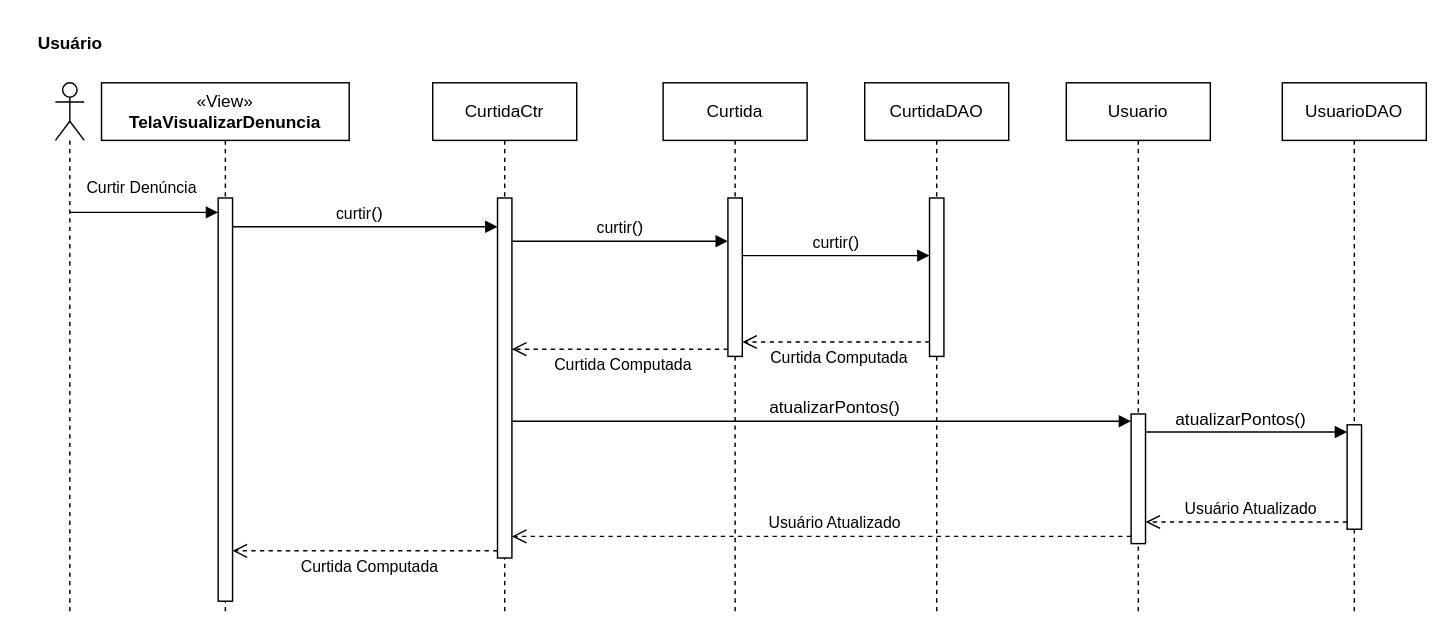
Earlier version of the draw.io diagram Documentação/Diagramas/Diagramas de Sequencia/Diagrama de Sequencia Curtir.drawio (frsouzaa/Documentacao-TCC-NossaVia). Source tidied: cells renumbered, new cells numbered last; positions are measured from the earlier drawing's top-left corner, leaving out a move shared by most shapes. Both pictures are drawn from the tidied source at 144%, with x=0, y=0 at pixel (24, 24).
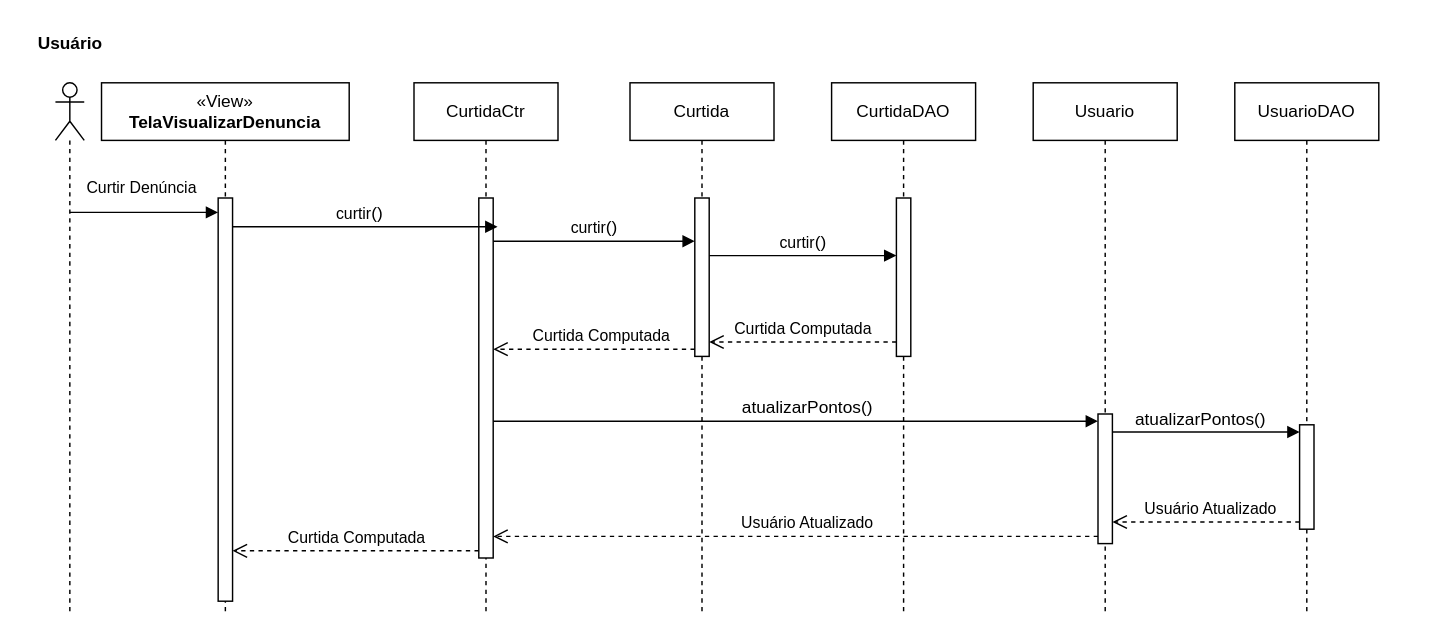
The same page after the edit.

Unchanged cells that the change refers to:
```xml
<mxCell id="4" style="html=1;points=[[0,0,0,0,5],[0,1,0,0,-5],[1,0,0,0,5],[1,1,0,0,-5]];perimeter=orthogonalPerimeter;outlineConnect=0;targetShapes=umlLifeline;portConstraint=eastwest;newEdgeStyle={&quot;curved&quot;:0,&quot;rounded&quot;:0};" parent="3" vertex="1">
  <mxGeometry x="81" y="80" width="10" height="280" as="geometry" />
</mxCell>
<mxCell id="6" style="html=1;points=[[0,0,0,0,5],[0,1,0,0,-5],[1,0,0,0,5],[1,1,0,0,-5]];perimeter=orthogonalPerimeter;outlineConnect=0;targetShapes=umlLifeline;portConstraint=eastwest;newEdgeStyle={&quot;curved&quot;:0,&quot;rounded&quot;:0};" parent="5" vertex="1">
  <mxGeometry x="45" y="80" width="10" height="110" as="geometry" />
</mxCell>
<mxCell id="8" style="html=1;points=[[0,0,0,0,5],[0,1,0,0,-5],[1,0,0,0,5],[1,1,0,0,-5]];perimeter=orthogonalPerimeter;outlineConnect=0;targetShapes=umlLifeline;portConstraint=eastwest;newEdgeStyle={&quot;curved&quot;:0,&quot;rounded&quot;:0};" parent="7" vertex="1">
  <mxGeometry x="45" y="80" width="10" height="250" as="geometry" />
</mxCell>
<mxCell id="18" style="html=1;points=[[0,0,0,0,5],[0,1,0,0,-5],[1,0,0,0,5],[1,1,0,0,-5]];perimeter=orthogonalPerimeter;outlineConnect=0;targetShapes=umlLifeline;portConstraint=eastwest;newEdgeStyle={&quot;curved&quot;:0,&quot;rounded&quot;:0};" parent="17" vertex="1">
  <mxGeometry x="45" y="230" width="10" height="90" as="geometry" />
</mxCell>
```

What changed in the source:
```diff
@@
     <mxCell id="5" value="&lt;span style=&quot;font-family: Helvetica; font-size: 12px; font-style: normal; font-variant-ligatures: normal; font-variant-caps: normal; font-weight: 400; letter-spacing: normal; orphans: 2; text-align: center; text-indent: 0px; text-transform: none; widows: 2; word-spacing: 0px; -webkit-text-stroke-width: 0px; white-space: nowrap; text-decoration-thickness: initial; text-decoration-style: initial; text-decoration-color: initial; float: none; display: inline !important;&quot;&gt;Curtida&lt;/span&gt;" style="shape=umlLifeline;perimeter=lifelinePerimeter;whiteSpace=wrap;html=1;newEdgeStyle={&quot;curved&quot;:0,&quot;rounded&quot;:0};" parent="1" vertex="1">
-      <mxGeometry x="443" y="40" width="100" height="370" as="geometry" />
+      <mxGeometry x="420" y="40" width="100" height="370" as="geometry" />
     </mxCell>
@@
     <mxCell id="7" value="&lt;span style=&quot;text-wrap: nowrap;&quot;&gt;CurtidaCtr&lt;/span&gt;" style="shape=umlLifeline;perimeter=lifelinePerimeter;whiteSpace=wrap;html=1;newEdgeStyle={&quot;curved&quot;:0,&quot;rounded&quot;:0};" parent="1" vertex="1">
-      <mxGeometry x="283" y="40" width="100" height="370" as="geometry" />
+      <mxGeometry x="270" y="40" width="100" height="370" as="geometry" />
     </mxCell>
@@
-    <mxCell id="11" value="&lt;div style=&quot;text-align: left;&quot;&gt;curtir&lt;span style=&quot;font-size: 12px;&quot;&gt;()&lt;/span&gt;&lt;br&gt;&lt;/div&gt;" style="html=1;verticalAlign=bottom;endArrow=block;curved=0;rounded=0;" parent="1" edge="1">
+    <mxCell id="11" value="&lt;div style=&quot;text-align: left;&quot;&gt;curtir&lt;span style=&quot;font-size: 12px;&quot;&gt;()&lt;/span&gt;&lt;br&gt;&lt;/div&gt;" style="html=1;verticalAlign=bottom;endArrow=block;curved=0;rounded=0;" parent="1" edge="1" target="6">
       <mxGeometry relative="1" as="geometry">
-        <mxPoint x="338" y="150" as="sourcePoint" />
-        <mxPoint x="488" y="150" as="targetPoint" />
+        <mxPoint x="325" y="150" as="sourcePoint" />
       </mxGeometry>
     </mxCell>
     <mxCell id="12" value="Curtida Computada" style="html=1;verticalAlign=bottom;endArrow=open;dashed=1;endSize=8;curved=0;rounded=0;exitX=0;exitY=1;exitDx=0;exitDy=-5;exitPerimeter=0;" parent="1" edge="1" source="6" target="8">
-      <mxGeometry x="-0.03" y="20" relative="1" as="geometry" />
+      <mxGeometry x="-0.07" relative="1" as="geometry" />
     </mxCell>
@@
     <mxCell id="14" value="&lt;span style=&quot;font-family: Helvetica; font-size: 12px; font-style: normal; font-variant-ligatures: normal; font-variant-caps: normal; font-weight: 400; letter-spacing: normal; orphans: 2; text-align: center; text-indent: 0px; text-transform: none; widows: 2; word-spacing: 0px; -webkit-text-stroke-width: 0px; white-space: nowrap; text-decoration-thickness: initial; text-decoration-style: initial; text-decoration-color: initial; float: none; display: inline !important;&quot;&gt;CurtidaDAO&lt;/span&gt;" style="shape=umlLifeline;perimeter=lifelinePerimeter;whiteSpace=wrap;html=1;newEdgeStyle={&quot;curved&quot;:0,&quot;rounded&quot;:0};" parent="1" vertex="1">
-      <mxGeometry x="583" y="40" width="100" height="370" as="geometry" />
+      <mxGeometry x="560" y="40" width="100" height="370" as="geometry" />
     </mxCell>
@@
     <mxCell id="16" value="&lt;div style=&quot;text-align: left;&quot;&gt;curtir&lt;span style=&quot;font-size: 12px;&quot;&gt;()&lt;/span&gt;&lt;br&gt;&lt;/div&gt;" style="html=1;verticalAlign=bottom;endArrow=block;curved=0;rounded=0;" parent="1" edge="1">
       <mxGeometry relative="1" as="geometry">
-        <mxPoint x="498" y="160" as="sourcePoint" />
-        <mxPoint x="628" y="160" as="targetPoint" />
+        <mxPoint x="475" y="160" as="sourcePoint" />
+        <mxPoint x="605" y="160" as="targetPoint" />
       </mxGeometry>
     </mxCell>
     <mxCell id="17" value="&lt;span style=&quot;font-family: Helvetica; font-size: 12px; font-style: normal; font-variant-ligatures: normal; font-variant-caps: normal; font-weight: 400; letter-spacing: normal; orphans: 2; text-align: center; text-indent: 0px; text-transform: none; widows: 2; word-spacing: 0px; -webkit-text-stroke-width: 0px; white-space: nowrap; text-decoration-thickness: initial; text-decoration-style: initial; text-decoration-color: initial; float: none; display: inline !important;&quot;&gt;Usuario&lt;/span&gt;" style="shape=umlLifeline;perimeter=lifelinePerimeter;whiteSpace=wrap;html=1;newEdgeStyle={&quot;curved&quot;:0,&quot;rounded&quot;:0};" parent="1" vertex="1">
-      <mxGeometry x="723" y="40" width="100" height="370" as="geometry" />
+      <mxGeometry x="700" y="40" width="100" height="370" as="geometry" />
     </mxCell>
@@
     <mxCell id="19" value="&lt;span style=&quot;text-wrap: nowrap;&quot;&gt;Usuario&lt;/span&gt;DAO" style="shape=umlLifeline;perimeter=lifelinePerimeter;whiteSpace=wrap;html=1;newEdgeStyle={&quot;curved&quot;:0,&quot;rounded&quot;:0};" parent="1" vertex="1">
-      <mxGeometry x="873" y="40" width="100" height="370" as="geometry" />
+      <mxGeometry x="840" y="40" width="100" height="370" as="geometry" />
     </mxCell>
@@
     <mxCell id="21" value="&lt;span style=&quot;font-size: 12px; text-align: left;&quot;&gt;atualizarPontos()&lt;/span&gt;" style="html=1;verticalAlign=bottom;endArrow=block;curved=0;rounded=0;entryX=0;entryY=0;entryDx=0;entryDy=5;entryPerimeter=0;" parent="1" edge="1" target="18">
       <mxGeometry x="0.04" relative="1" as="geometry">
-        <mxPoint x="338" y="275" as="sourcePoint" />
+        <mxPoint x="325" y="275" as="sourcePoint" />
       </mxGeometry>
     </mxCell>
@@
     <mxCell id="23" value="Usuário Atualizado" style="html=1;verticalAlign=bottom;endArrow=open;dashed=1;endSize=8;curved=0;rounded=0;exitX=0;exitY=1;exitDx=0;exitDy=-5;exitPerimeter=0;" parent="1" edge="1" source="18">
       <mxGeometry x="-0.04" relative="1" as="geometry">
-        <mxPoint x="338" y="355" as="targetPoint" />
+        <mxPoint x="325" y="355" as="targetPoint" />
       </mxGeometry>
     </mxCell>
@@
     <mxCell id="25" value="Curtida Computada" style="html=1;verticalAlign=bottom;endArrow=open;dashed=1;endSize=8;curved=0;rounded=0;" parent="1" edge="1">
-      <mxGeometry x="-0.03" y="20" relative="1" as="geometry">
-        <mxPoint x="628" y="220" as="sourcePoint" />
-        <mxPoint x="498" y="220" as="targetPoint" />
+      <mxGeometry relative="1" as="geometry">
+        <mxPoint x="605" y="220" as="sourcePoint" />
+        <mxPoint x="475" y="220" as="targetPoint" />
       </mxGeometry>
     </mxCell>
     <mxCell id="26" value="Curtida Computada" style="html=1;verticalAlign=bottom;endArrow=open;dashed=1;endSize=8;curved=0;rounded=0;exitX=0;exitY=1;exitDx=0;exitDy=-5;exitPerimeter=0;" parent="1" edge="1" source="8" target="4">
-      <mxGeometry x="-0.03" y="20" relative="1" as="geometry" />
+      <mxGeometry x="-0.01" relative="1" as="geometry" />
     </mxCell>
```
